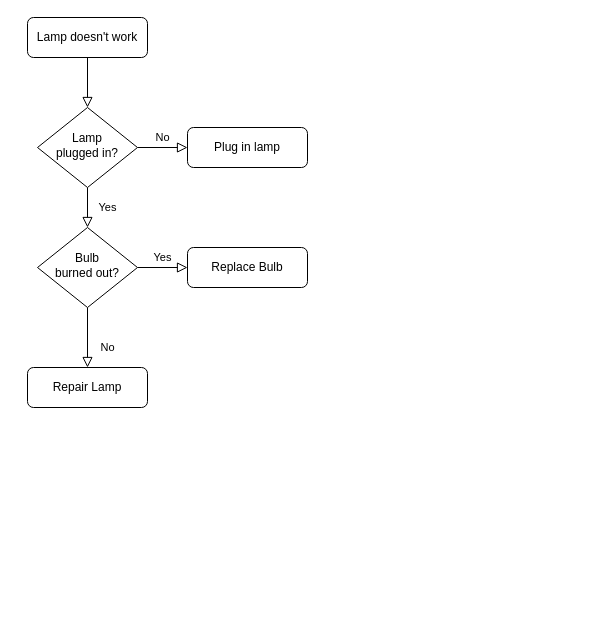
This is path/to/Untitled Diagram.drawio from tet-tnk/Measure_SS, a draw.io file, before an edit. Source tidied: cells renumbered, new cells numbered last; positions are measured from the earlier drawing's top-left corner, leaving out a move shared by most shapes. Both pictures are drawn from the tidied source at 100%, with x=0, y=0 at pixel (27, 17).
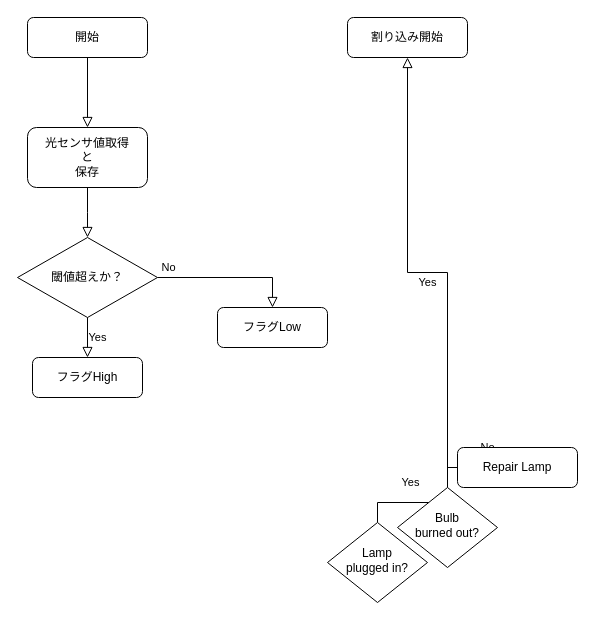
Above is the later version.

The edit, as a diff of the source:
```diff
@@
 <mxGraphModel>
   <root>
     <mxCell id="0" />
     <mxCell id="1" parent="0" />
-    <mxCell id="2" style="rounded=0;html=1;jettySize=auto;fontSize=11;endArrow=block;endFill=0;endSize=8;strokeWidth=1;shadow=0;labelBackgroundColor=none;edgeStyle=orthogonalEdgeStyle;" parent="1" edge="1" source="3" target="6">
+    <mxCell id="2" style="rounded=0;html=1;jettySize=auto;fontSize=11;endArrow=block;endFill=0;endSize=8;strokeWidth=1;shadow=0;labelBackgroundColor=none;edgeStyle=orthogonalEdgeStyle;entryX=0.5;entryY=0;entryDx=0;entryDy=0;" parent="1" edge="1" source="3" target="13">
       <mxGeometry relative="1" as="geometry" />
     </mxCell>
-    <mxCell id="3" value="Lamp doesn't work" style="rounded=1;whiteSpace=wrap;html=1;fontSize=12;glass=0;strokeWidth=1;shadow=0;" parent="1" vertex="1">
+    <mxCell id="3" value="開始" style="rounded=1;whiteSpace=wrap;html=1;fontSize=12;glass=0;strokeWidth=1;shadow=0;" parent="1" vertex="1">
       <mxGeometry width="120" height="40" as="geometry" />
     </mxCell>
     <mxCell id="4" value="Yes" style="rounded=0;html=1;jettySize=auto;fontSize=11;endArrow=block;endFill=0;endSize=8;strokeWidth=1;shadow=0;labelBackgroundColor=none;edgeStyle=orthogonalEdgeStyle;" parent="1" edge="1" source="6" target="10">
       <mxGeometry y="20" relative="1" as="geometry" />
     </mxCell>
-    <mxCell id="5" value="No" style="edgeStyle=orthogonalEdgeStyle;rounded=0;html=1;jettySize=auto;fontSize=11;endArrow=block;endFill=0;endSize=8;strokeWidth=1;shadow=0;labelBackgroundColor=none;" parent="1" edge="1" source="6" target="7">
-      <mxGeometry y="10" relative="1" as="geometry" />
+    <mxCell id="5" value="No" style="edgeStyle=orthogonalEdgeStyle;rounded=0;html=1;jettySize=auto;fontSize=11;endArrow=block;endFill=0;endSize=8;strokeWidth=1;shadow=0;labelBackgroundColor=none;exitX=1;exitY=0.5;exitDx=0;exitDy=0;entryX=0.5;entryY=0;entryDx=0;entryDy=0;" parent="1" edge="1" source="15" target="7">
+      <mxGeometry x="-0.85" y="10" relative="1" as="geometry" />
     </mxCell>
     <mxCell id="6" value="Lamp&lt;br&gt;plugged in?" style="rhombus;whiteSpace=wrap;html=1;shadow=0;fontFamily=Helvetica;fontSize=12;align=center;strokeWidth=1;spacing=6;spacingTop=-4;" parent="1" vertex="1">
-      <mxGeometry x="10" y="90" width="100" height="80" as="geometry" />
+      <mxGeometry x="300" y="505" width="100" height="80" as="geometry" />
     </mxCell>
-    <mxCell id="7" value="Plug in lamp" style="rounded=1;whiteSpace=wrap;html=1;fontSize=12;glass=0;strokeWidth=1;shadow=0;" parent="1" vertex="1">
-      <mxGeometry x="160" y="110" width="120" height="40" as="geometry" />
+    <mxCell id="7" value="フラグLow" style="rounded=1;whiteSpace=wrap;html=1;fontSize=12;glass=0;strokeWidth=1;shadow=0;" parent="1" vertex="1">
+      <mxGeometry x="190" y="290" width="110" height="40" as="geometry" />
     </mxCell>
     <mxCell id="8" value="No" style="rounded=0;html=1;jettySize=auto;fontSize=11;endArrow=block;endFill=0;endSize=8;strokeWidth=1;shadow=0;labelBackgroundColor=none;edgeStyle=orthogonalEdgeStyle;" parent="1" edge="1" source="10" target="11">
       <mxGeometry x="0.33" y="20" relative="1" as="geometry" />
     </mxCell>
     <mxCell id="9" value="Yes" style="edgeStyle=orthogonalEdgeStyle;rounded=0;html=1;jettySize=auto;fontSize=11;endArrow=block;endFill=0;endSize=8;strokeWidth=1;shadow=0;labelBackgroundColor=none;" parent="1" edge="1" source="10" target="12">
       <mxGeometry y="10" relative="1" as="geometry" />
     </mxCell>
     <mxCell id="10" value="Bulb&lt;br&gt;burned out?" style="rhombus;whiteSpace=wrap;html=1;shadow=0;fontFamily=Helvetica;fontSize=12;align=center;strokeWidth=1;spacing=6;spacingTop=-4;" parent="1" vertex="1">
-      <mxGeometry x="10" y="210" width="100" height="80" as="geometry" />
+      <mxGeometry x="370" y="470" width="100" height="80" as="geometry" />
     </mxCell>
     <mxCell id="11" value="Repair Lamp" style="rounded=1;whiteSpace=wrap;html=1;fontSize=12;glass=0;strokeWidth=1;shadow=0;" parent="1" vertex="1">
-      <mxGeometry y="350" width="120" height="40" as="geometry" />
+      <mxGeometry x="430" y="430" width="120" height="40" as="geometry" />
     </mxCell>
-    <mxCell id="12" value="Replace Bulb" style="rounded=1;whiteSpace=wrap;html=1;fontSize=12;glass=0;strokeWidth=1;shadow=0;" parent="1" vertex="1">
-      <mxGeometry x="160" y="230" width="120" height="40" as="geometry" />
+    <mxCell id="12" value="割り込み開始" style="rounded=1;whiteSpace=wrap;html=1;fontSize=12;glass=0;strokeWidth=1;shadow=0;" parent="1" vertex="1">
+      <mxGeometry x="320" width="120" height="40" as="geometry" />
     </mxCell>
+    <mxCell id="13" value="光センサ値取得&lt;br&gt;と&lt;br&gt;保存" style="rounded=1;whiteSpace=wrap;html=1;" parent="1" vertex="1">
+      <mxGeometry y="110" width="120" height="60" as="geometry" />
+    </mxCell>
+    <mxCell id="14" style="rounded=0;html=1;jettySize=auto;fontSize=11;endArrow=block;endFill=0;endSize=8;strokeWidth=1;shadow=0;labelBackgroundColor=none;edgeStyle=orthogonalEdgeStyle;entryX=0.5;entryY=0;entryDx=0;entryDy=0;exitX=0.5;exitY=1;exitDx=0;exitDy=0;" parent="1" edge="1" source="13">
+      <mxGeometry relative="1" as="geometry">
+        <mxPoint x="60" y="220" as="targetPoint" />
+      </mxGeometry>
+    </mxCell>
+    <mxCell id="15" value="閾値超えか？" style="rhombus;whiteSpace=wrap;html=1;" parent="1" vertex="1">
+      <mxGeometry x="-10" y="220" width="140" height="80" as="geometry" />
+    </mxCell>
+    <mxCell id="16" value="フラグHigh" style="rounded=1;whiteSpace=wrap;html=1;fontSize=12;glass=0;strokeWidth=1;shadow=0;" parent="1" vertex="1">
+      <mxGeometry x="5" y="340" width="110" height="40" as="geometry" />
+    </mxCell>
+    <mxCell id="17" value="Yes" style="edgeStyle=orthogonalEdgeStyle;rounded=0;html=1;jettySize=auto;fontSize=11;endArrow=block;endFill=0;endSize=8;strokeWidth=1;shadow=0;labelBackgroundColor=none;exitX=0.5;exitY=1;exitDx=0;exitDy=0;entryX=0.5;entryY=0;entryDx=0;entryDy=0;" parent="1" edge="1" source="15" target="16">
+      <mxGeometry y="10" relative="1" as="geometry" />
+    </mxCell>
   </root>
 </mxGraphModel>
```
